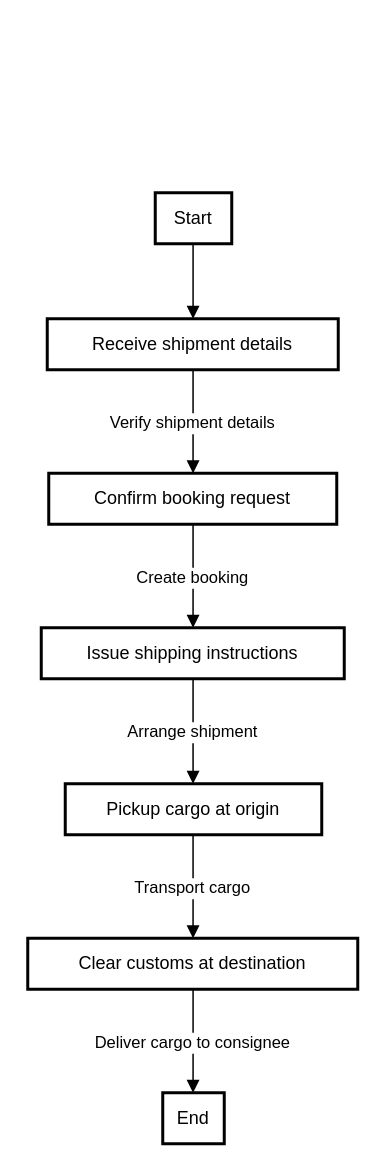
Above: Freight Forwarding.drawio in rascaldkny/project1 (draw.io), before the change. Source tidied: cells renumbered, new cells numbered last; positions are measured from the earlier drawing's top-left corner, leaving out a move shared by most shapes. Both pictures are drawn from the tidied source at 150%, with x=0, y=0 at pixel (27, 192).
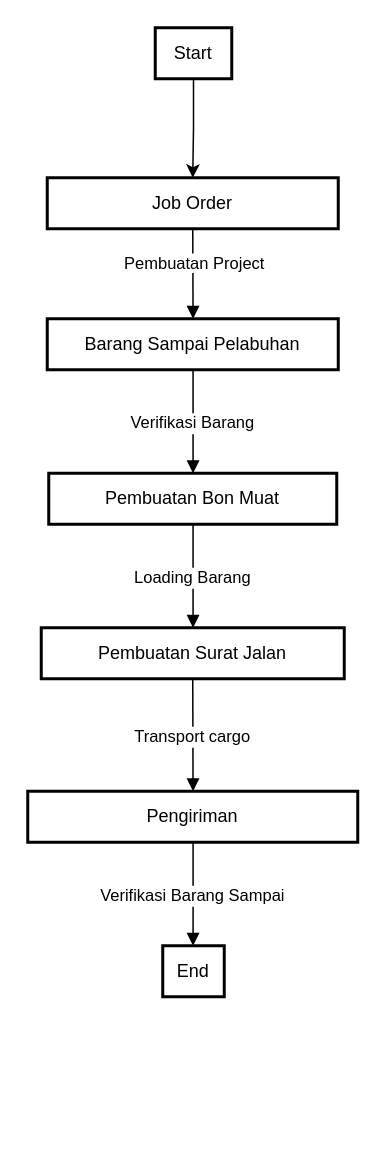
The same diagram, later.

The edit, as a diff of the source:
```diff
@@
 <mxGraphModel>
   <root>
     <mxCell id="0" />
     <mxCell id="1" parent="0" />
+    <mxCell id="15" style="edgeStyle=orthogonalEdgeStyle;rounded=0;jettySize=auto;html=1;" parent="1" edge="1" source="2" target="17">
+      <mxGeometry relative="1" as="geometry" />
+    </mxCell>
     <mxCell id="2" value="Start" style="whiteSpace=wrap;strokeWidth=2;" parent="1" vertex="1">
-      <mxGeometry x="85" width="51" height="34" as="geometry" />
+      <mxGeometry x="85" y="-110" width="51" height="34" as="geometry" />
     </mxCell>
-    <mxCell id="3" value="Receive shipment details" style="whiteSpace=wrap;strokeWidth=2;" parent="1" vertex="1">
+    <mxCell id="3" value="Barang Sampai Pelabuhan" style="whiteSpace=wrap;strokeWidth=2;" parent="1" vertex="1">
       <mxGeometry x="13" y="84" width="194" height="34" as="geometry" />
     </mxCell>
-    <mxCell id="4" value="Confirm booking request" style="whiteSpace=wrap;strokeWidth=2;" parent="1" vertex="1">
+    <mxCell id="4" value="Pembuatan Bon Muat" style="whiteSpace=wrap;strokeWidth=2;" parent="1" vertex="1">
       <mxGeometry x="14" y="187" width="192" height="34" as="geometry" />
     </mxCell>
-    <mxCell id="5" value="Issue shipping instructions" style="whiteSpace=wrap;strokeWidth=2;" parent="1" vertex="1">
+    <mxCell id="5" value="Pembuatan Surat Jalan" style="whiteSpace=wrap;strokeWidth=2;" parent="1" vertex="1">
       <mxGeometry x="9" y="290" width="202" height="34" as="geometry" />
     </mxCell>
-    <mxCell id="6" value="Pickup cargo at origin" style="whiteSpace=wrap;strokeWidth=2;" parent="1" vertex="1">
-      <mxGeometry x="25" y="394" width="171" height="34" as="geometry" />
-    </mxCell>
-    <mxCell id="7" value="Clear customs at destination" style="whiteSpace=wrap;strokeWidth=2;" parent="1" vertex="1">
-      <mxGeometry y="497" width="220" height="34" as="geometry" />
+    <mxCell id="7" value="Pengiriman" style="whiteSpace=wrap;strokeWidth=2;" parent="1" vertex="1">
+      <mxGeometry y="399" width="220" height="34" as="geometry" />
     </mxCell>
     <mxCell id="8" value="End" style="whiteSpace=wrap;strokeWidth=2;" parent="1" vertex="1">
-      <mxGeometry x="90" y="600" width="41" height="34" as="geometry" />
+      <mxGeometry x="90" y="502" width="41" height="34" as="geometry" />
     </mxCell>
-    <mxCell id="9" style="curved=1;startArrow=none;endArrow=block;exitX=0.4944555245193781;exitY=1.002673766192268;entryX=0.5011197512911767;entryY=0.0026737661922679227;" parent="1" edge="1" source="2" target="3">
+    <mxCell id="9" style="curved=1;startArrow=none;endArrow=block;exitX=0.5;exitY=1;entryX=0.5011197512911767;entryY=0.0026737661922679227;exitDx=0;exitDy=0;" parent="1" edge="1" source="17" target="3">
       <mxGeometry relative="1" as="geometry" />
     </mxCell>
+    <mxCell id="16" value="Pembuatan Project" style="edgeLabel;html=1;align=center;verticalAlign=middle;" parent="9" vertex="1">
+      <mxGeometry x="0.43" relative="1" as="geometry">
+        <mxPoint y="-20" as="offset" />
+      </mxGeometry>
+    </mxCell>
-    <mxCell id="10" value="Verify shipment details" style="curved=1;startArrow=none;endArrow=block;exitX=0.5011197512911767;exitY=1.0053475323845358;entryX=0.5011314153671265;entryY=0.008021298576803768;" parent="1" edge="1" source="3" target="4">
+    <mxCell id="10" value="Verifikasi Barang" style="curved=1;startArrow=none;endArrow=block;exitX=0.5011197512911767;exitY=1.0053475323845358;entryX=0.5011314153671265;entryY=0.008021298576803768;" parent="1" edge="1" source="3" target="4">
       <mxGeometry relative="1" as="geometry" />
     </mxCell>
-    <mxCell id="11" value="Create booking" style="curved=1;startArrow=none;endArrow=block;exitX=0.5011314153671265;exitY=1.0106950647690718;entryX=0.5010754047053876;entryY=0.013368830961339614;" parent="1" edge="1" source="4" target="5">
+    <mxCell id="11" value="Loading Barang" style="curved=1;startArrow=none;endArrow=block;exitX=0.5011314153671265;exitY=1.0106950647690718;entryX=0.5010754047053876;entryY=0.013368830961339614;" parent="1" edge="1" source="4" target="5">
       <mxGeometry relative="1" as="geometry" />
     </mxCell>
-    <mxCell id="12" value="Arrange shipment" style="curved=1;startArrow=none;endArrow=block;exitX=0.5010754047053876;exitY=1.0160425971536076;entryX=0.49834638450577945;entryY=-0.010695401360006893;" parent="1" edge="1" source="5" target="6">
-      <mxGeometry relative="1" as="geometry" />
-    </mxCell>
-    <mxCell id="13" value="Transport cargo" style="curved=1;startArrow=none;endArrow=block;exitX=0.49834638450577945;exitY=0.991978364832261;entryX=0.500987417047674;entryY=-0.005347868975471048;" parent="1" edge="1" source="6" target="7">
+    <mxCell id="13" value="Transport cargo" style="curved=1;startArrow=none;endArrow=block;exitX=0.5;exitY=1;entryX=0.500987417047674;entryY=-0.005347868975471048;exitDx=0;exitDy=0;" parent="1" edge="1" source="5" target="7">
       <mxGeometry relative="1" as="geometry" />
     </mxCell>
-    <mxCell id="14" value="Deliver cargo to consignee" style="curved=1;startArrow=none;endArrow=block;exitX=0.500987417047674;exitY=0.9973258972167969;entryX=0.49310321342654345;entryY=-3.365909352022059e-7;" parent="1" edge="1" source="7" target="8">
+    <mxCell id="14" value="Verifikasi Barang Sampai" style="curved=1;startArrow=none;endArrow=block;exitX=0.500987417047674;exitY=0.9973258972167969;entryX=0.49310321342654345;entryY=-3.365909352022059e-7;" parent="1" edge="1" source="7" target="8">
       <mxGeometry relative="1" as="geometry" />
     </mxCell>
+    <mxCell id="17" value="Job Order" style="whiteSpace=wrap;strokeWidth=2;" parent="1" vertex="1">
+      <mxGeometry x="13" y="-10" width="194" height="34" as="geometry" />
+    </mxCell>
   </root>
 </mxGraphModel>
```
